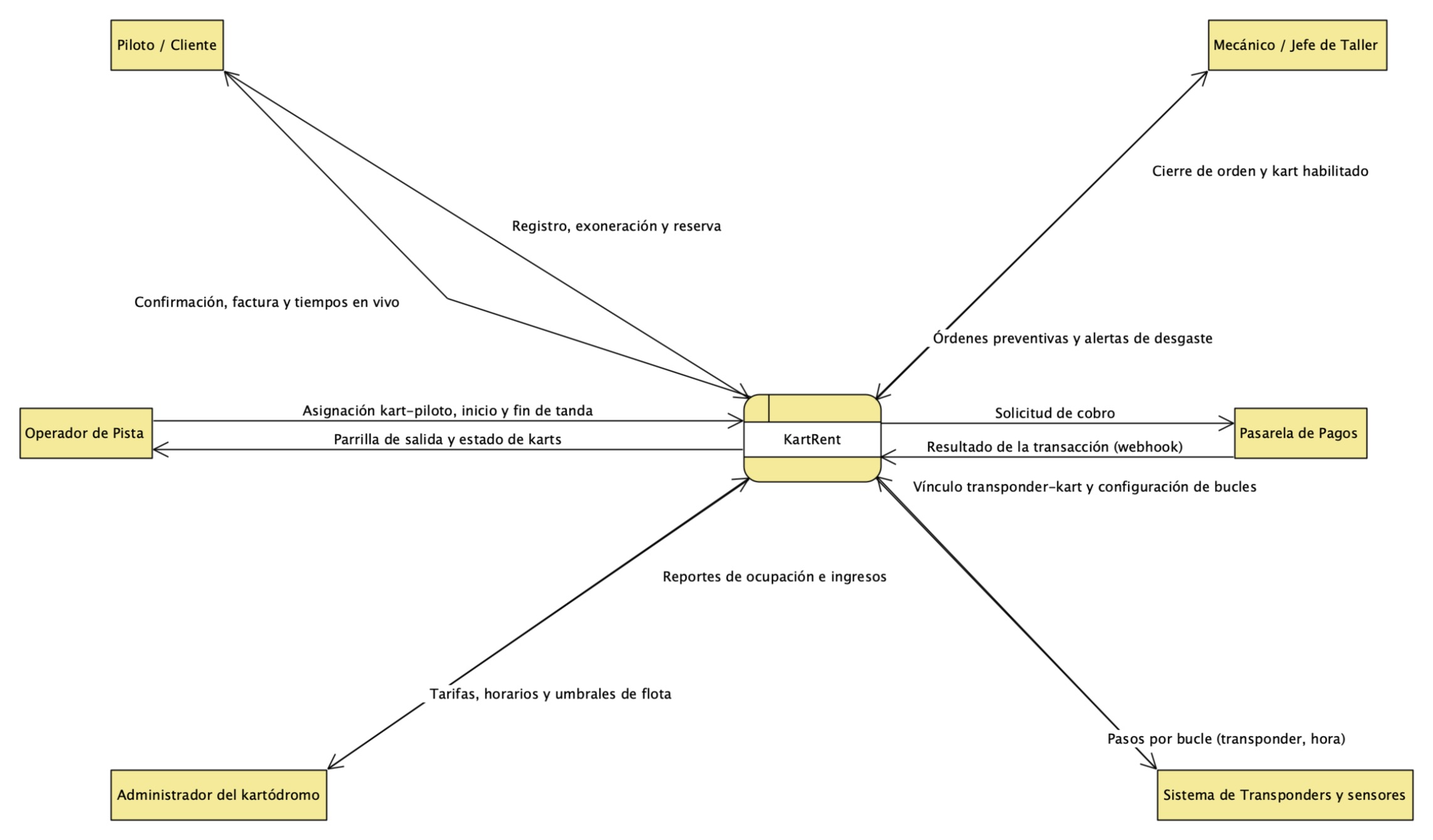
Earlier version of the PlantUML export diagramas/img/01_contexto.png (danielchauxgcampusucceduco/KartRent-Arquitectura). Its source is kept beside it as diagramas/plantuml/01_contexto.puml.
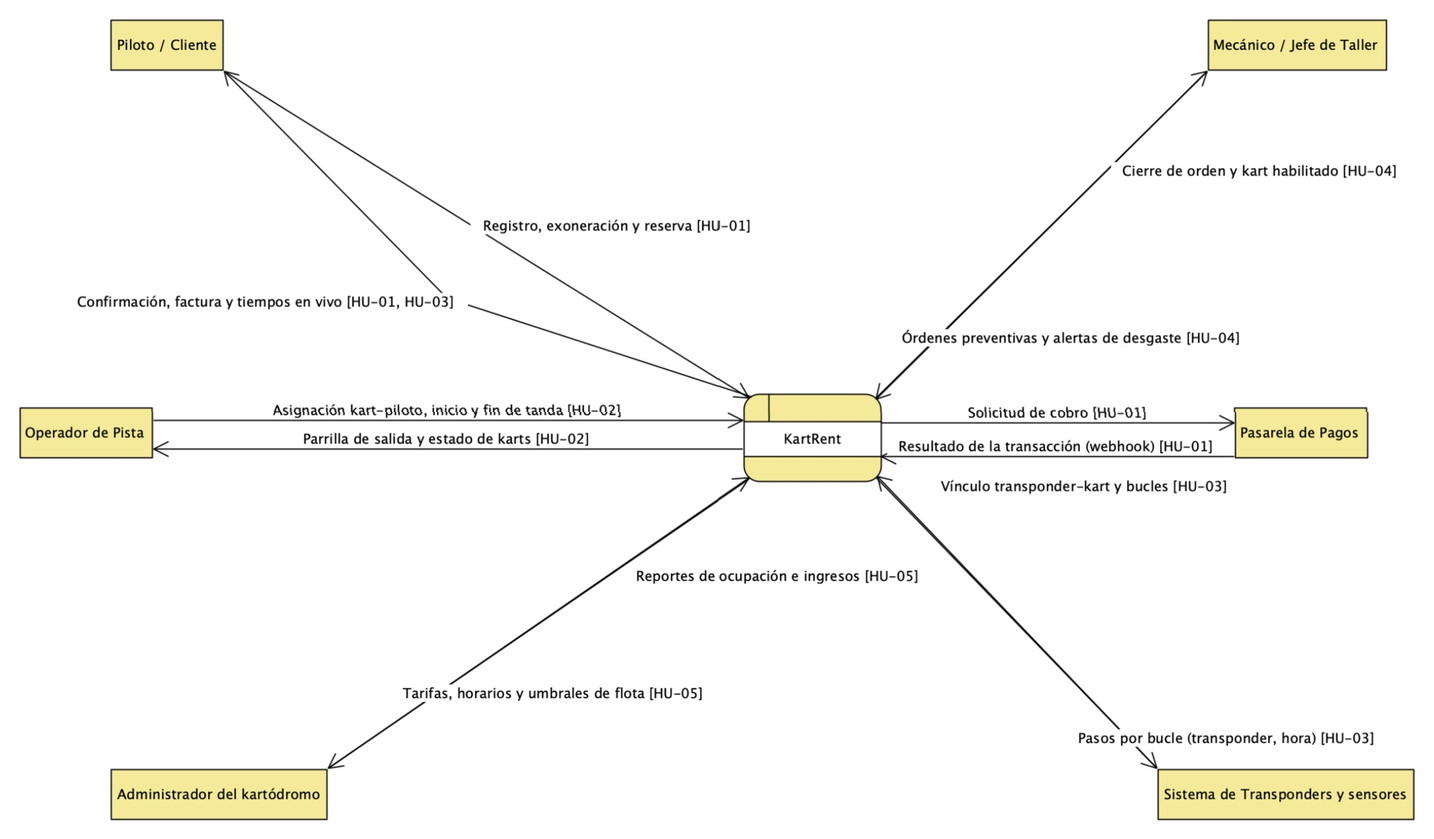
After the commit.

Commit message:
Diagramas revisados: vista funcional sin infraestructura, multiplicidades y enumeraciones en la lógica, trazabilidad HU en el contexto

Change to the diagram source:
```diff
@@ -33,6 +33,6 @@
 SYS <-- MEC : Cierre de orden\ny kart habilitado [HU-04]
 SYS --> PAS : Solicitud de cobro [HU-01]
 SYS <-- PAS : Resultado de la\ntransacción (webhook) [HU-01]
-SYS --> TRA : Vínculo transponder-kart\ny configuración de bucles [HU-02]
+SYS --> TRA : Vínculo transponder-kart\ny configuración de bucles [HU-03]
 SYS <-- TRA : Pasos por bucle\n(transponder, hora) [HU-03]
 @enduml
```
